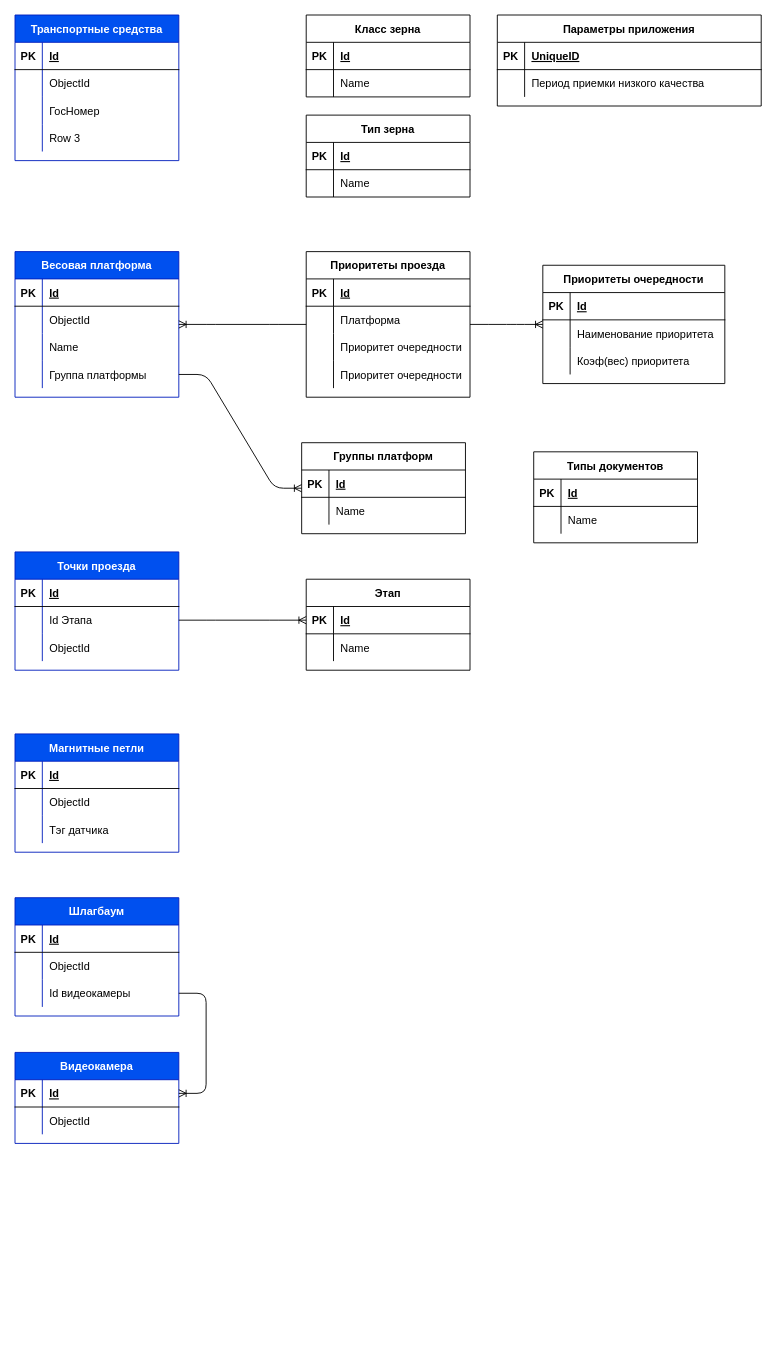
Above: page "Справочники" (1 of 2) of Степь(ER).drawio in aaf1974/ProjectDiagram (draw.io), before the change. Source tidied: cells renumbered, new cells numbered last; positions are measured from the earlier drawing's top-left corner, leaving out a move shared by most shapes. Both pictures are drawn from the tidied source at 91%, with x=0, y=0 at pixel (15, 15).
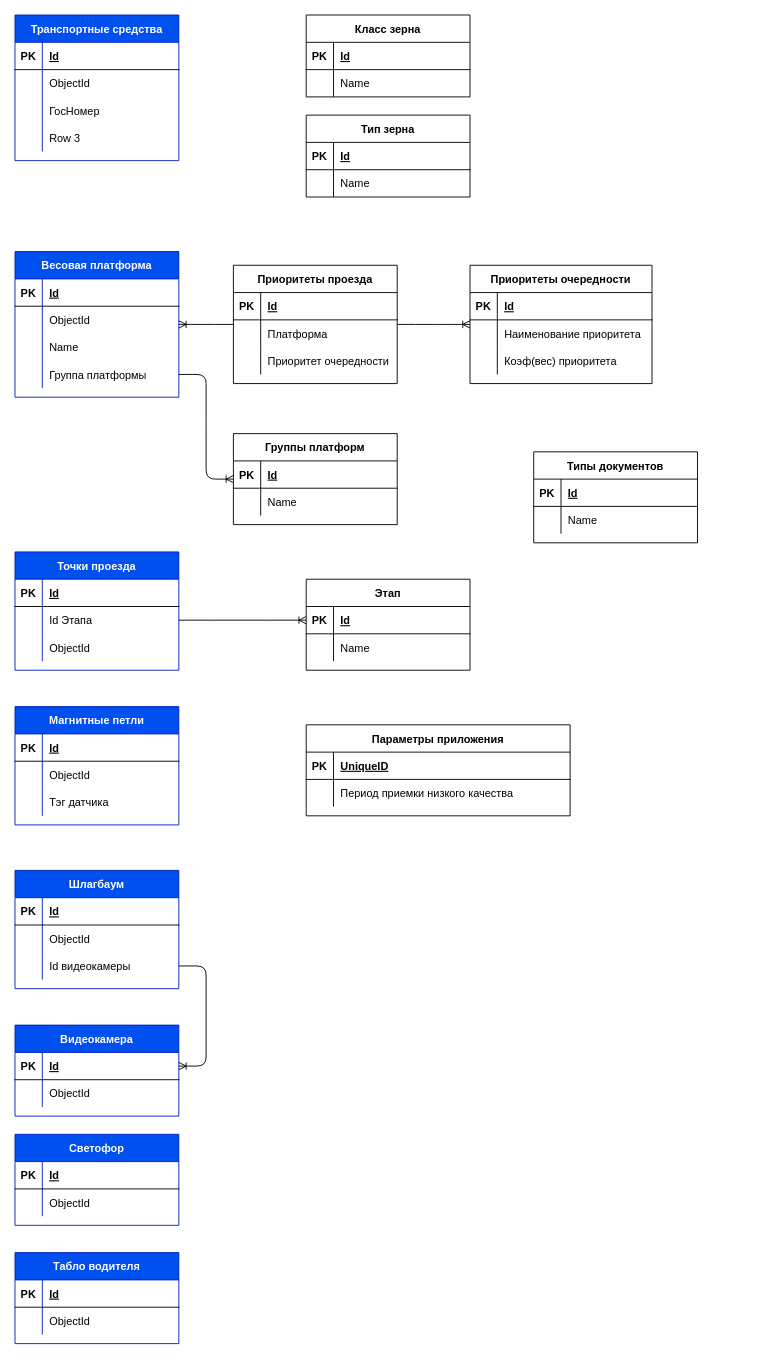
After the change.

The edit, as a diff of the source:
```diff
@@
     <mxCell id="42" value="Приоритеты очередности" style="shape=table;startSize=30;childLayout=tableLayout;rowLines=0;fontStyle=1;align=center;" parent="1" vertex="1">
-      <mxGeometry x="580" y="275" width="200" height="130" as="geometry" />
+      <mxGeometry x="500" y="275" width="200" height="130" as="geometry" />
     </mxCell>
@@
     <mxCell id="52" value="Параметры приложения" style="shape=table;startSize=30;childLayout=tableLayout;rowLines=0;fontStyle=1;align=center;" parent="1" vertex="1">
-      <mxGeometry x="530" width="290" height="100" as="geometry" />
+      <mxGeometry x="320" y="780" width="290" height="100" as="geometry" />
     </mxCell>
@@
     <mxCell id="59" value="Группы платформ" style="shape=table;startSize=30;childLayout=tableLayout;rowLines=0;fontStyle=1;align=center;" parent="1" vertex="1">
-      <mxGeometry x="315" y="470" width="180" height="100" as="geometry" />
+      <mxGeometry x="240" y="460" width="180" height="100" as="geometry" />
     </mxCell>
@@
     <mxCell id="66" value="Приоритеты проезда" style="shape=table;startSize=30;childLayout=tableLayout;rowLines=0;fontStyle=1;align=center;" parent="1" vertex="1">
-      <mxGeometry x="320" y="260" width="180" height="160" as="geometry" />
+      <mxGeometry x="240" y="275" width="180" height="130" as="geometry" />
     </mxCell>
@@
-    <mxCell id="76" style="shape=partialRectangle;fillColor=none;top=0;left=0;bottom=0;right=0;" parent="66" vertex="1">
-      <mxGeometry y="120" width="180" height="30" as="geometry" />
-    </mxCell>
-    <mxCell id="77" style="shape=partialRectangle;fillColor=none;top=0;left=0;bottom=0;right=0;overflow=hidden;" parent="76" vertex="1">
-      <mxGeometry width="30" height="30" as="geometry" />
-    </mxCell>
-    <mxCell id="78" value="Приоритет очередности" style="shape=partialRectangle;fillColor=none;top=0;left=0;bottom=0;right=0;align=left;spacingLeft=6;overflow=hidden;" parent="76" vertex="1">
-      <mxGeometry x="30" width="150" height="30" as="geometry" />
-    </mxCell>
@@
     <mxCell id="100" value="Магнитные петли" style="shape=table;startSize=30;childLayout=tableLayout;rowLines=0;fontStyle=1;align=center;fillColor=#0050ef;strokeColor=#001DBC;fontColor=#ffffff;" parent="1" vertex="1">
-      <mxGeometry y="790" width="180" height="130" as="geometry" />
+      <mxGeometry y="760" width="180" height="130" as="geometry" />
     </mxCell>
@@
     <mxCell id="117" value="Шлагбаум" style="shape=table;startSize=30;childLayout=tableLayout;rowLines=0;fontStyle=1;align=center;fillColor=#0050ef;strokeColor=#001DBC;fontColor=#ffffff;" parent="1" vertex="1">
-      <mxGeometry y="970" width="180" height="130" as="geometry" />
+      <mxGeometry y="940" width="180" height="130" as="geometry" />
     </mxCell>
@@
     <mxCell id="127" value="Видеокамера" style="shape=table;startSize=30;childLayout=tableLayout;rowLines=0;fontStyle=1;align=center;fillColor=#0050ef;strokeColor=#001DBC;fontColor=#ffffff;" parent="1" vertex="1">
-      <mxGeometry y="1140" width="180" height="100" as="geometry" />
+      <mxGeometry y="1110" width="180" height="100" as="geometry" />
     </mxCell>
@@
+    <mxCell id="135" value="Светофор" style="shape=table;startSize=30;childLayout=tableLayout;rowLines=0;fontStyle=1;align=center;fillColor=#0050ef;strokeColor=#001DBC;fontColor=#ffffff;" parent="1" vertex="1">
+      <mxGeometry y="1230" width="180" height="100" as="geometry" />
+    </mxCell>
+    <mxCell id="136" style="shape=partialRectangle;fillColor=none;top=0;left=0;bottom=1;right=0;" parent="135" vertex="1">
+      <mxGeometry y="30" width="180" height="30" as="geometry" />
+    </mxCell>
+    <mxCell id="137" value="PK" style="shape=partialRectangle;fillColor=none;top=0;left=0;bottom=0;right=0;fontStyle=1;overflow=hidden;" parent="136" vertex="1">
+      <mxGeometry width="30" height="30" as="geometry" />
+    </mxCell>
+    <mxCell id="138" value="Id" style="shape=partialRectangle;fillColor=none;top=0;left=0;bottom=0;right=0;align=left;spacingLeft=6;fontStyle=5;overflow=hidden;" parent="136" vertex="1">
+      <mxGeometry x="30" width="150" height="30" as="geometry" />
+    </mxCell>
+    <mxCell id="139" style="shape=partialRectangle;fillColor=none;top=0;left=0;bottom=0;right=0;" parent="135" vertex="1">
+      <mxGeometry y="60" width="180" height="30" as="geometry" />
+    </mxCell>
+    <mxCell id="140" style="shape=partialRectangle;fillColor=none;top=0;left=0;bottom=0;right=0;overflow=hidden;" parent="139" vertex="1">
+      <mxGeometry width="30" height="30" as="geometry" />
+    </mxCell>
+    <mxCell id="141" value="ObjectId" style="shape=partialRectangle;fillColor=none;top=0;left=0;bottom=0;right=0;align=left;spacingLeft=6;overflow=hidden;" parent="139" vertex="1">
+      <mxGeometry x="30" width="150" height="30" as="geometry" />
+    </mxCell>
+    <mxCell id="142" value="Табло водителя" style="shape=table;startSize=30;childLayout=tableLayout;rowLines=0;fontStyle=1;align=center;fillColor=#0050ef;strokeColor=#001DBC;fontColor=#ffffff;" parent="1" vertex="1">
+      <mxGeometry y="1360" width="180" height="100" as="geometry" />
+    </mxCell>
+    <mxCell id="143" style="shape=partialRectangle;fillColor=none;top=0;left=0;bottom=1;right=0;" parent="142" vertex="1">
+      <mxGeometry y="30" width="180" height="30" as="geometry" />
+    </mxCell>
+    <mxCell id="144" value="PK" style="shape=partialRectangle;fillColor=none;top=0;left=0;bottom=0;right=0;fontStyle=1;overflow=hidden;" parent="143" vertex="1">
+      <mxGeometry width="30" height="30" as="geometry" />
+    </mxCell>
+    <mxCell id="145" value="Id" style="shape=partialRectangle;fillColor=none;top=0;left=0;bottom=0;right=0;align=left;spacingLeft=6;fontStyle=5;overflow=hidden;" parent="143" vertex="1">
+      <mxGeometry x="30" width="150" height="30" as="geometry" />
+    </mxCell>
+    <mxCell id="146" style="shape=partialRectangle;fillColor=none;top=0;left=0;bottom=0;right=0;" parent="142" vertex="1">
+      <mxGeometry y="60" width="180" height="30" as="geometry" />
+    </mxCell>
+    <mxCell id="147" style="shape=partialRectangle;fillColor=none;top=0;left=0;bottom=0;right=0;overflow=hidden;" parent="146" vertex="1">
+      <mxGeometry width="30" height="30" as="geometry" />
+    </mxCell>
+    <mxCell id="148" value="ObjectId" style="shape=partialRectangle;fillColor=none;top=0;left=0;bottom=0;right=0;align=left;spacingLeft=6;overflow=hidden;" parent="146" vertex="1">
+      <mxGeometry x="30" width="150" height="30" as="geometry" />
+    </mxCell>
```
